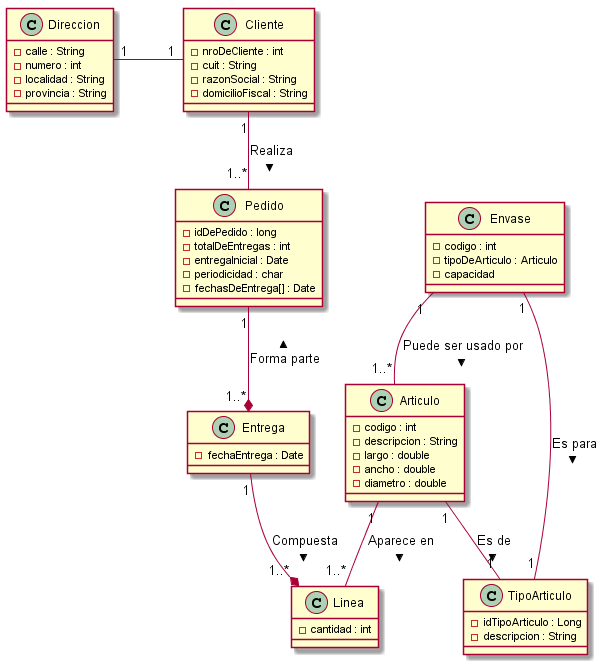
Earlier version of the PlantUML export Analisis/diagramaDeClases.png (diegohunko/trabajoIntegradorPOO1).
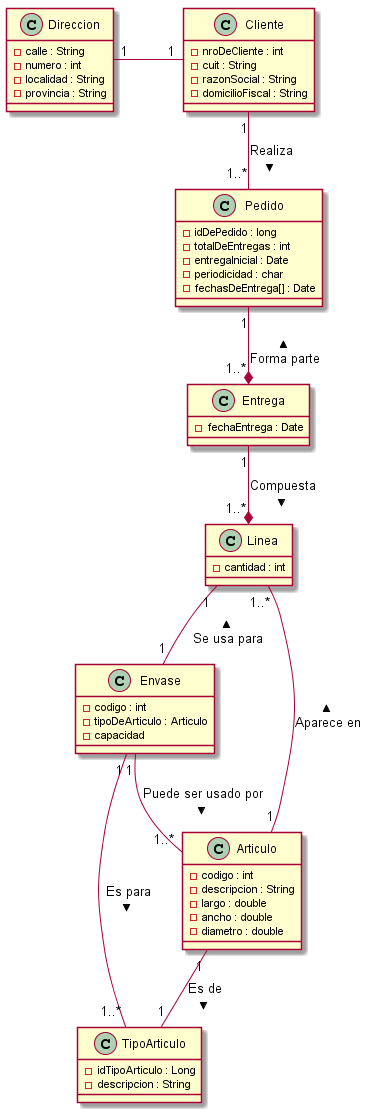
The same diagram one commit later.

Commit message:
Agregada la relación entre Envase y Linea.

Change to the diagram source:
```diff
@@ -5,8 +5,10 @@
 Entrega "1" --* "1..*" Linea : Compuesta >
 Articulo "1" -- "1..*" Linea : Aparece en >
 Articulo "1" -- "1" TipoArticulo : Es de >
-Envase "1" -- "1" TipoArticulo : Es para >
+Envase "1" -- "1..*" TipoArticulo : Es para >
 Envase "1" -- "1..*" Articulo : Puede ser usado por >
+Linea "1" -- "1" Envase : < Se usa para
+
 
 class TipoArticulo {
 -idTipoArticulo : Long
```
